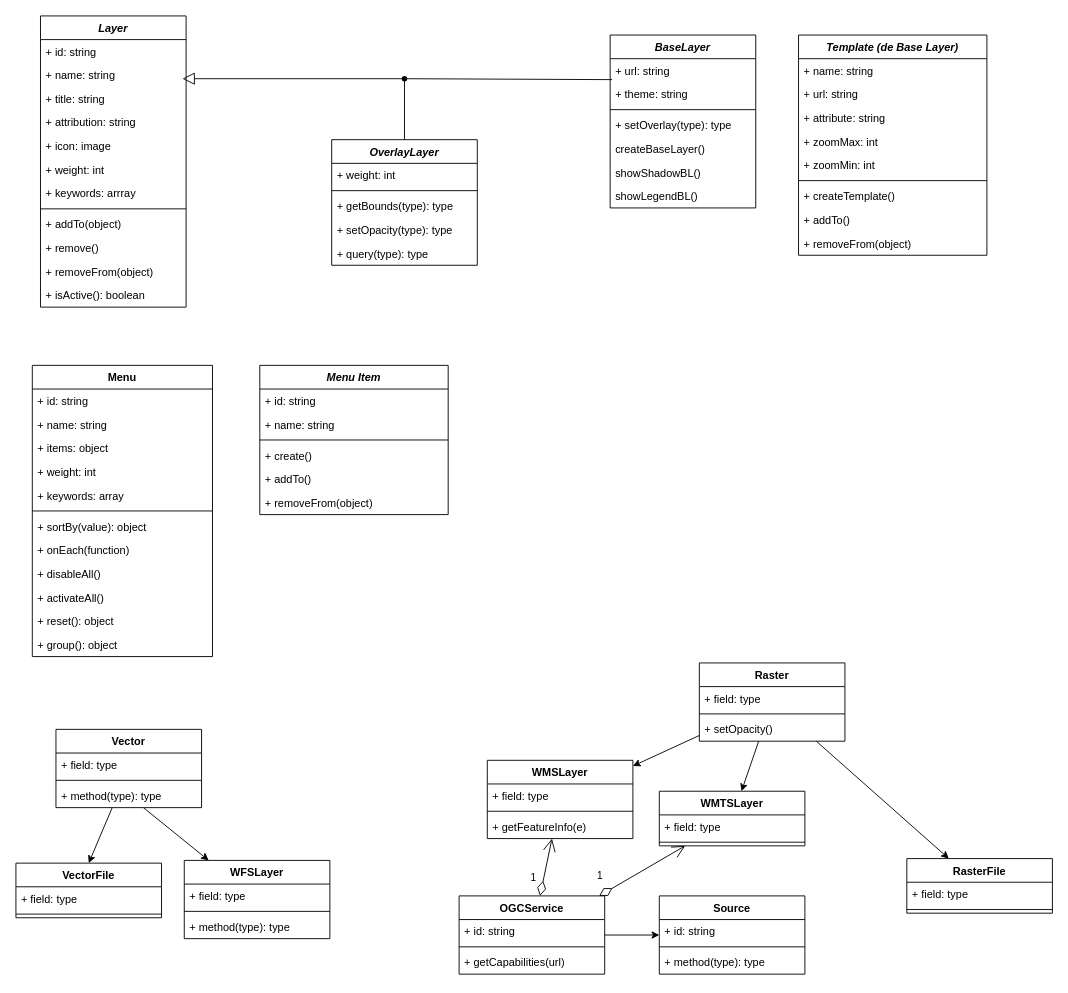
Earlier version of the draw.io diagram page "Layer Class" (2 of 2) of src/docs/diagrams/Map.drawio (ign-argentina/argenmap). Source tidied: cells renumbered, new cells numbered last; positions are measured from the earlier drawing's top-left corner, leaving out a move shared by most shapes. Both pictures are drawn from the tidied source at 91%, with x=0, y=0 at pixel (15, 15).
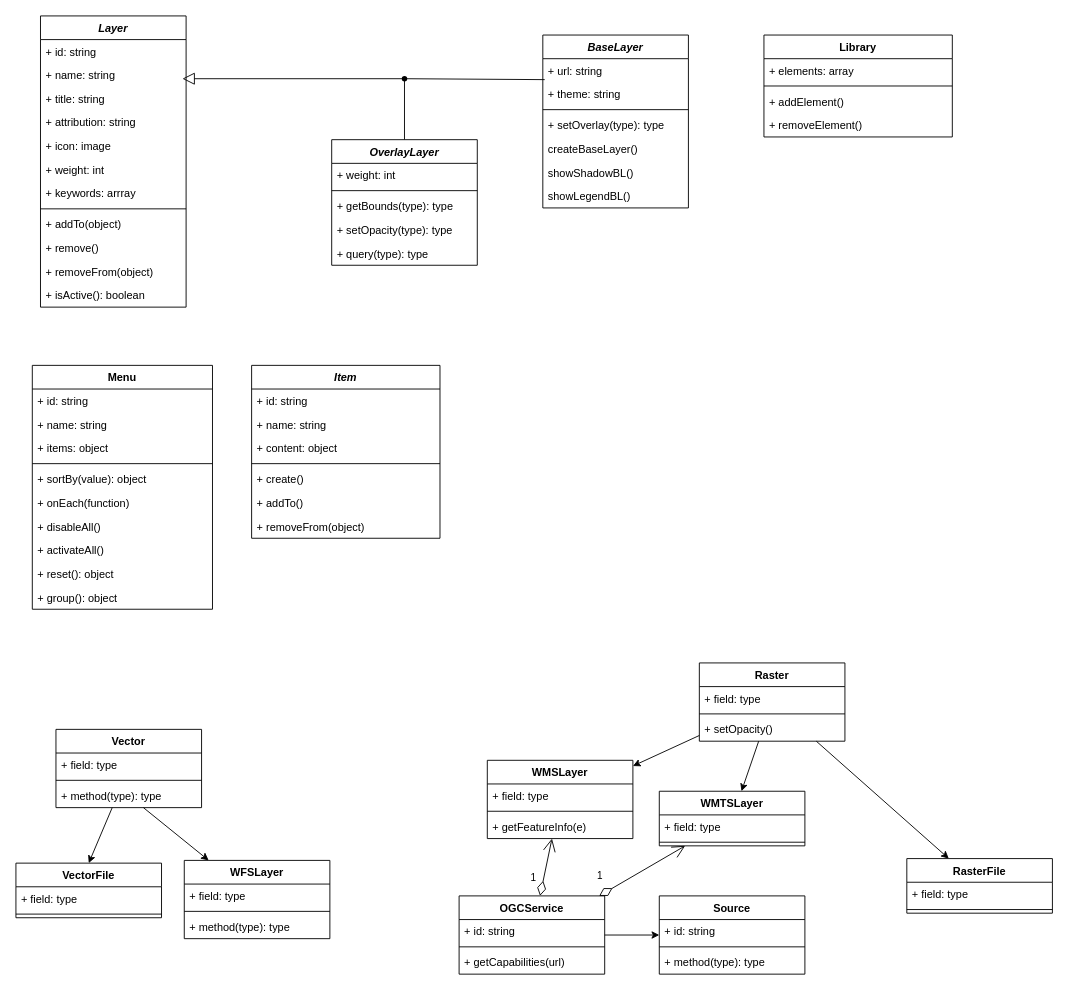
After the change.

What changed in the source:
```diff
@@
     <mxCell id="64" value="BaseLayer" style="swimlane;fontStyle=3;align=center;verticalAlign=top;horizontal=1;startSize=26;" parent="1" vertex="1">
-      <mxGeometry x="653" y="21" width="160" height="190" as="geometry" />
+      <mxGeometry x="579" y="21" width="160" height="190" as="geometry" />
     </mxCell>
@@
-    <mxCell id="75" value="Template (de Base Layer)" style="swimlane;fontStyle=3;align=center;verticalAlign=top;horizontal=1;startSize=26;" parent="1" vertex="1">
-      <mxGeometry x="860" y="21" width="207" height="242" as="geometry" />
+    <mxCell id="75" value="Library" style="swimlane;fontStyle=1;align=center;verticalAlign=top;horizontal=1;startSize=26;" parent="1" vertex="1">
+      <mxGeometry x="822" y="21" width="207" height="112" as="geometry" />
     </mxCell>
-    <mxCell id="76" value="+ name: string" style="text;strokeColor=none;fillColor=none;align=left;verticalAlign=top;spacingLeft=4;spacingRight=4;overflow=hidden;" parent="75" vertex="1">
-      <mxGeometry y="26" width="207" height="26" as="geometry" />
-    </mxCell>
-    <mxCell id="77" value="+ url: string" style="text;strokeColor=none;fillColor=none;align=left;verticalAlign=top;spacingLeft=4;spacingRight=4;overflow=hidden;" parent="75" vertex="1">
-      <mxGeometry y="52" width="207" height="26" as="geometry" />
+    <mxCell id="77" value="+ elements: array" style="text;strokeColor=none;fillColor=none;align=left;verticalAlign=top;spacingLeft=4;spacingRight=4;overflow=hidden;" parent="75" vertex="1">
+      <mxGeometry y="26" width="207" height="26" as="geometry" />
     </mxCell>
-    <mxCell id="78" value="+ attribute: string" style="text;strokeColor=none;fillColor=none;align=left;verticalAlign=top;spacingLeft=4;spacingRight=4;overflow=hidden;" parent="75" vertex="1">
-      <mxGeometry y="78" width="207" height="26" as="geometry" />
-    </mxCell>
-    <mxCell id="79" value="+ zoomMax: int" style="text;strokeColor=none;fillColor=none;align=left;verticalAlign=top;spacingLeft=4;spacingRight=4;overflow=hidden;" parent="75" vertex="1">
-      <mxGeometry y="104" width="207" height="26" as="geometry" />
-    </mxCell>
-    <mxCell id="80" value="+ zoomMin: int" style="text;strokeColor=none;fillColor=none;align=left;verticalAlign=top;spacingLeft=4;spacingRight=4;overflow=hidden;" parent="75" vertex="1">
-      <mxGeometry y="130" width="207" height="26" as="geometry" />
-    </mxCell>
     <mxCell id="81" style="line;strokeWidth=1;fillColor=none;align=left;verticalAlign=middle;spacingTop=-1;spacingLeft=3;spacingRight=3;labelPosition=right;" parent="75" vertex="1">
-      <mxGeometry y="156" width="207" height="8" as="geometry" />
+      <mxGeometry y="52" width="207" height="8" as="geometry" />
     </mxCell>
-    <mxCell id="82" value="+ createTemplate() " style="text;strokeColor=none;fillColor=none;align=left;verticalAlign=top;spacingLeft=4;spacingRight=4;overflow=hidden;" parent="75" vertex="1">
-      <mxGeometry y="164" width="207" height="26" as="geometry" />
-    </mxCell>
-    <mxCell id="83" value="+ addTo() " style="text;strokeColor=none;fillColor=none;align=left;verticalAlign=top;spacingLeft=4;spacingRight=4;overflow=hidden;" parent="75" vertex="1">
-      <mxGeometry y="190" width="207" height="26" as="geometry" />
+    <mxCell id="83" value="+ addElement() " style="text;strokeColor=none;fillColor=none;align=left;verticalAlign=top;spacingLeft=4;spacingRight=4;overflow=hidden;" parent="75" vertex="1">
+      <mxGeometry y="60" width="207" height="26" as="geometry" />
     </mxCell>
-    <mxCell id="84" value="+ removeFrom(object)" style="text;strokeColor=none;fillColor=none;align=left;verticalAlign=top;spacingLeft=4;spacingRight=4;overflow=hidden;" parent="75" vertex="1">
-      <mxGeometry y="216" width="207" height="26" as="geometry" />
+    <mxCell id="84" value="+ removeElement()" style="text;strokeColor=none;fillColor=none;align=left;verticalAlign=top;spacingLeft=4;spacingRight=4;overflow=hidden;" parent="75" vertex="1">
+      <mxGeometry y="86" width="207" height="26" as="geometry" />
     </mxCell>
-    <mxCell id="85" value="Menu Item" style="swimlane;fontStyle=3;align=center;verticalAlign=top;horizontal=1;startSize=26;" parent="1" vertex="1">
-      <mxGeometry x="268" y="384" width="207" height="164" as="geometry" />
+    <mxCell id="85" value="Item" style="swimlane;fontStyle=3;align=center;verticalAlign=top;horizontal=1;startSize=26;" parent="1" vertex="1">
+      <mxGeometry x="259" y="384" width="207" height="190" as="geometry" />
     </mxCell>
@@
+    <mxCell id="76" value="+ name: string" style="text;strokeColor=none;fillColor=none;align=left;verticalAlign=top;spacingLeft=4;spacingRight=4;overflow=hidden;" parent="85" vertex="1">
+      <mxGeometry y="52" width="207" height="26" as="geometry" />
+    </mxCell>
-    <mxCell id="87" value="+ name: string" style="text;strokeColor=none;fillColor=none;align=left;verticalAlign=top;spacingLeft=4;spacingRight=4;overflow=hidden;" parent="85" vertex="1">
-      <mxGeometry y="52" width="207" height="26" as="geometry" />
+    <mxCell id="87" value="+ content: object" style="text;strokeColor=none;fillColor=none;align=left;verticalAlign=top;spacingLeft=4;spacingRight=4;overflow=hidden;" parent="85" vertex="1">
+      <mxGeometry y="78" width="207" height="26" as="geometry" />
     </mxCell>
     <mxCell id="88" style="line;strokeWidth=1;fillColor=none;align=left;verticalAlign=middle;spacingTop=-1;spacingLeft=3;spacingRight=3;labelPosition=right;" parent="85" vertex="1">
-      <mxGeometry y="78" width="207" height="8" as="geometry" />
+      <mxGeometry y="104" width="207" height="8" as="geometry" />
     </mxCell>
     <mxCell id="89" value="+ create() " style="text;strokeColor=none;fillColor=none;align=left;verticalAlign=top;spacingLeft=4;spacingRight=4;overflow=hidden;" parent="85" vertex="1">
-      <mxGeometry y="86" width="207" height="26" as="geometry" />
+      <mxGeometry y="112" width="207" height="26" as="geometry" />
     </mxCell>
     <mxCell id="90" value="+ addTo() " style="text;strokeColor=none;fillColor=none;align=left;verticalAlign=top;spacingLeft=4;spacingRight=4;overflow=hidden;" parent="85" vertex="1">
-      <mxGeometry y="112" width="207" height="26" as="geometry" />
+      <mxGeometry y="138" width="207" height="26" as="geometry" />
     </mxCell>
     <mxCell id="91" value="+ removeFrom(object)" style="text;strokeColor=none;fillColor=none;align=left;verticalAlign=top;spacingLeft=4;spacingRight=4;overflow=hidden;" parent="85" vertex="1">
-      <mxGeometry y="138" width="207" height="26" as="geometry" />
+      <mxGeometry y="164" width="207" height="26" as="geometry" />
     </mxCell>
     <mxCell id="92" value="Menu" style="swimlane;fontStyle=1;align=center;verticalAlign=top;horizontal=1;startSize=26;" parent="1" vertex="1">
-      <mxGeometry x="18" y="384" width="198" height="320" as="geometry" />
+      <mxGeometry x="18" y="384" width="198" height="268" as="geometry" />
     </mxCell>
@@
-    <mxCell id="96" value="+ weight: int" style="text;strokeColor=none;fillColor=none;align=left;verticalAlign=top;spacingLeft=4;spacingRight=4;overflow=hidden;" parent="92" vertex="1">
-      <mxGeometry y="104" width="198" height="26" as="geometry" />
-    </mxCell>
-    <mxCell id="97" value="+ keywords: array" style="text;strokeColor=none;fillColor=none;align=left;verticalAlign=top;spacingLeft=4;spacingRight=4;overflow=hidden;" parent="92" vertex="1">
-      <mxGeometry y="130" width="198" height="26" as="geometry" />
-    </mxCell>
     <mxCell id="98" style="line;strokeWidth=1;fillColor=none;align=left;verticalAlign=middle;spacingTop=-1;spacingLeft=3;spacingRight=3;labelPosition=right;strokeColor=inherit;" parent="92" vertex="1">
-      <mxGeometry y="156" width="198" height="8" as="geometry" />
+      <mxGeometry y="104" width="198" height="8" as="geometry" />
     </mxCell>
     <mxCell id="99" value="+ sortBy(value): object" style="text;strokeColor=none;fillColor=none;align=left;verticalAlign=top;spacingLeft=4;spacingRight=4;overflow=hidden;" parent="92" vertex="1">
-      <mxGeometry y="164" width="198" height="26" as="geometry" />
+      <mxGeometry y="112" width="198" height="26" as="geometry" />
     </mxCell>
     <mxCell id="100" value="+ onEach(function)" style="text;strokeColor=none;fillColor=none;align=left;verticalAlign=top;spacingLeft=4;spacingRight=4;overflow=hidden;" parent="92" vertex="1">
-      <mxGeometry y="190" width="198" height="26" as="geometry" />
+      <mxGeometry y="138" width="198" height="26" as="geometry" />
     </mxCell>
     <mxCell id="101" value="+ disableAll()" style="text;strokeColor=none;fillColor=none;align=left;verticalAlign=top;spacingLeft=4;spacingRight=4;overflow=hidden;" parent="92" vertex="1">
-      <mxGeometry y="216" width="198" height="26" as="geometry" />
+      <mxGeometry y="164" width="198" height="26" as="geometry" />
     </mxCell>
     <mxCell id="102" value="+ activateAll()" style="text;strokeColor=none;fillColor=none;align=left;verticalAlign=top;spacingLeft=4;spacingRight=4;overflow=hidden;" parent="92" vertex="1">
-      <mxGeometry y="242" width="198" height="26" as="geometry" />
+      <mxGeometry y="190" width="198" height="26" as="geometry" />
     </mxCell>
     <mxCell id="103" value="+ reset(): object" style="text;strokeColor=none;fillColor=none;align=left;verticalAlign=top;spacingLeft=4;spacingRight=4;overflow=hidden;" parent="92" vertex="1">
-      <mxGeometry y="268" width="198" height="26" as="geometry" />
+      <mxGeometry y="216" width="198" height="26" as="geometry" />
     </mxCell>
     <mxCell id="104" value="+ group(): object" style="text;strokeColor=none;fillColor=none;align=left;verticalAlign=top;spacingLeft=4;spacingRight=4;overflow=hidden;" parent="92" vertex="1">
-      <mxGeometry y="294" width="198" height="26" as="geometry" />
+      <mxGeometry y="242" width="198" height="26" as="geometry" />
     </mxCell>
```
